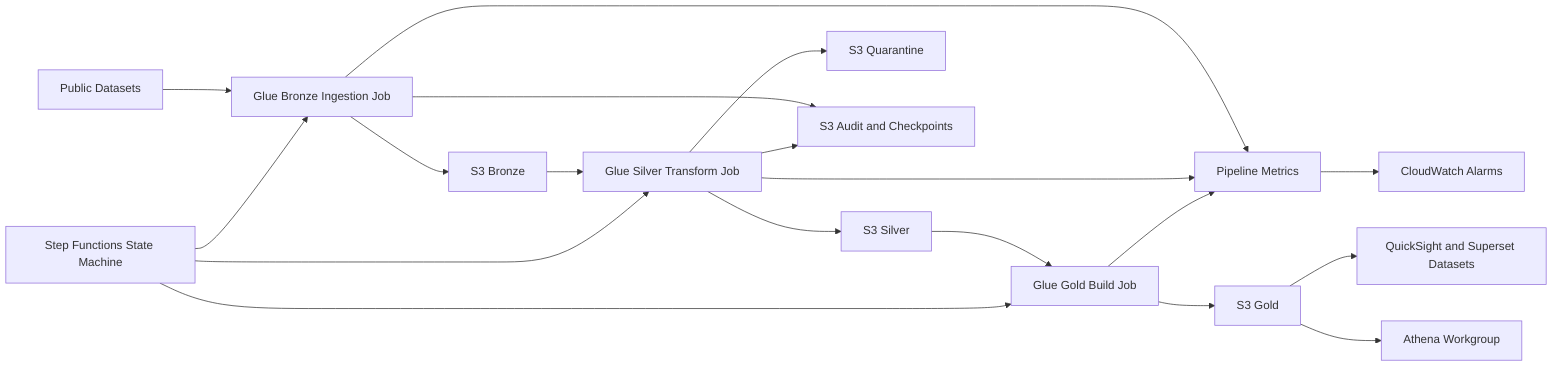
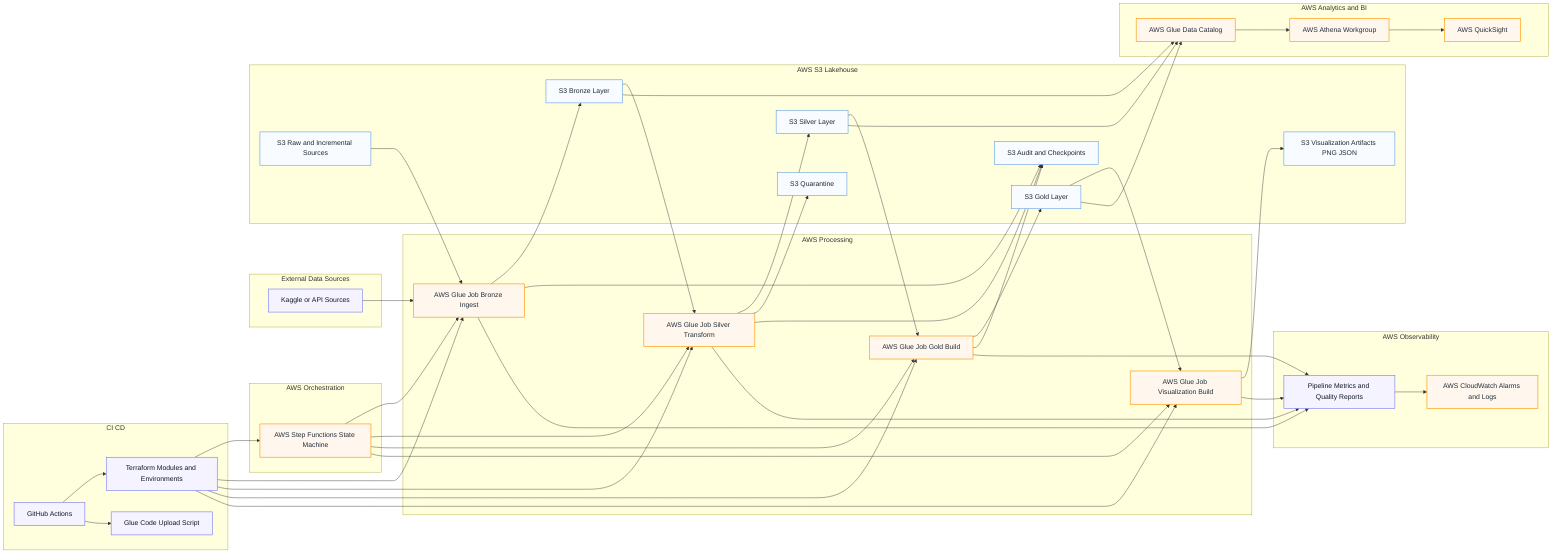
flowchart LR
-     SRC[Public Datasets] --> ING[Glue Bronze Ingestion Job]
-     ING --> BRZ[S3 Bronze]
+     %% ------------------------------------------------------------
+     %% Global Power Plant Analytics Platform - AWS Architecture
+     %% ------------------------------------------------------------

-     BRZ --> TRN[Glue Silver Transform Job]
-     TRN --> SLV[S3 Silver]
-     TRN --> QTN[S3 Quarantine]
-     ING --> AUD[S3 Audit and Checkpoints]
+     subgraph DEVOPS[CI CD]
+         GH[GitHub Actions]
+         TF[Terraform Modules and Environments]
+         UP[Glue Code Upload Script]
+     end
+ 
+     subgraph ORCH[AWS Orchestration]
+         SFN[AWS Step Functions State Machine]
+     end
+ 
+     subgraph ETL[AWS Processing]
+         ING[AWS Glue Job Bronze Ingest]
+         TRN[AWS Glue Job Silver Transform]
+         GLD_JOB[AWS Glue Job Gold Build]
+         VIZ[AWS Glue Job Visualization Build]
+     end
+ 
+     subgraph EXT[External Data Sources]
+         KAG[Kaggle or API Sources]
+     end
+ 
+     subgraph LAKE[AWS S3 Lakehouse]
+         RAW[S3 Raw and Incremental Sources]
+         BRZ[S3 Bronze Layer]
+         SLV[S3 Silver Layer]
+         GLD[S3 Gold Layer]
+         QTN[S3 Quarantine]
+         AUD[S3 Audit and Checkpoints]
+         VOUT[S3 Visualization Artifacts PNG JSON]
+     end
+ 
+     subgraph ANALYTICS[AWS Analytics and BI]
+         CAT[AWS Glue Data Catalog]
+         ATH[AWS Athena Workgroup]
+         QS[AWS QuickSight]
+     end
+ 
+     subgraph OBS[AWS Observability]
+         MET[Pipeline Metrics and Quality Reports]
+         CW[AWS CloudWatch Alarms and Logs]
+     end
+ 
+     GH --> TF
+     GH --> UP
+     TF --> SFN
+     TF --> ING
+     TF --> TRN
+     TF --> GLD_JOB
+     TF --> VIZ
+ 
+     KAG --> ING
+     RAW --> ING
+     SFN --> ING
+     SFN --> TRN
+     SFN --> GLD_JOB
+     SFN --> VIZ
+ 
+     ING --> BRZ
+     ING --> AUD
+ 
+     BRZ --> TRN
+     TRN --> SLV
+     TRN --> QTN
    TRN --> AUD

-     SLV --> GLD_JOB[Glue Gold Build Job]
-     GLD_JOB --> GLD[S3 Gold]
+     SLV --> GLD_JOB
+     GLD_JOB --> GLD
+     GLD_JOB --> AUD
+     GLD --> VIZ
+     VIZ --> VOUT

-     GLD --> ATH[Athena Workgroup]
-     GLD --> BI[QuickSight and Superset Datasets]
+     BRZ --> CAT
+     SLV --> CAT
+     GLD --> CAT

-     SFN[Step Functions State Machine] --> ING
-     SFN --> TRN
-     SFN --> GLD_JOB
+     CAT --> ATH
+     ATH --> QS

-     MET[Pipeline Metrics] --> CW[CloudWatch Alarms]
    ING --> MET
    TRN --> MET
    GLD_JOB --> MET
+     VIZ --> MET
+     MET --> CW
+ 
+     classDef aws fill:#FFF7ED,stroke:#FF9900,stroke-width:1.5px,color:#232F3E;
+     classDef store fill:#F8FBFF,stroke:#4A90E2,stroke-width:1.2px,color:#1F2937;
+     classDef ops fill:#F5F3FF,stroke:#6366F1,stroke-width:1.2px,color:#111827;
+ 
+     class SFN,ING,TRN,GLD_JOB,VIZ,CAT,ATH,QS,CW aws;
+     class RAW,BRZ,SLV,GLD,QTN,AUD,VOUT store;
+     class GH,TF,UP,MET,KAG ops;
